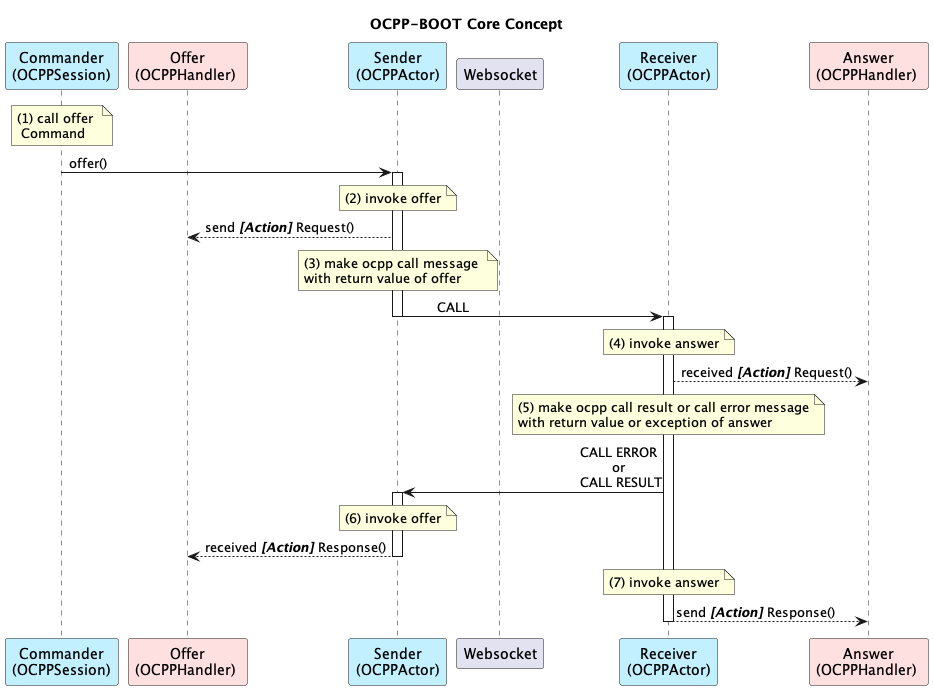
Before: lib/core.png, a diagram exported from PlantUML (u2ware/ocpp-boot-client).
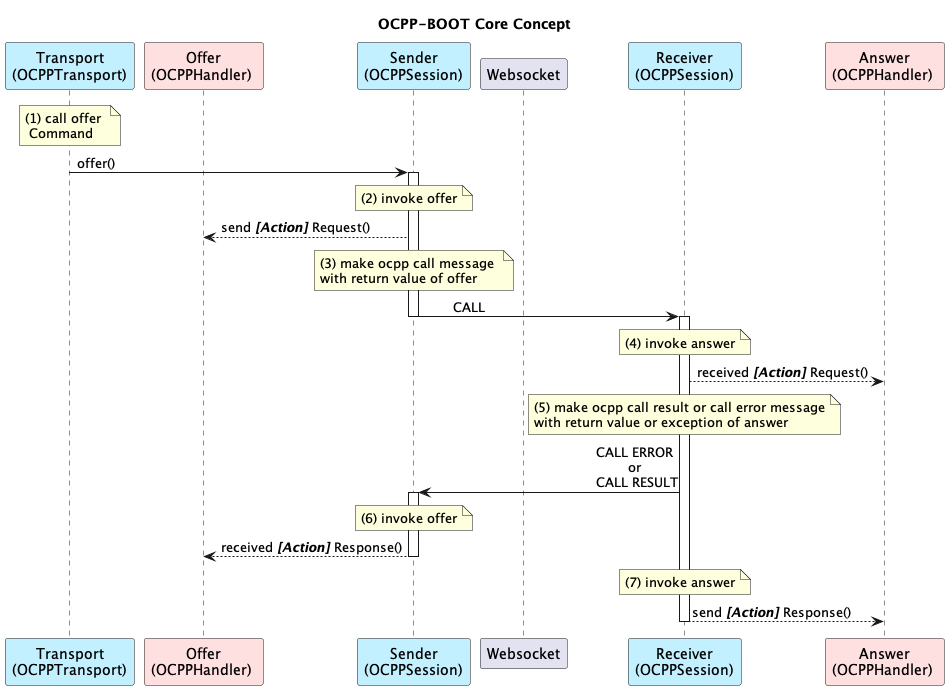
Above is the later version.

Change to the diagram source:
```diff
@@ -2,11 +2,11 @@
 
 title OCPP-BOOT Core Concept
 
-participant "Commander\n(OCPPSession)" as Sending #APPLICATION
+participant "Transport\n(OCPPTransport)" as Sending #APPLICATION
 participant "Offer\n(OCPPHandler) " as Offer #IMPLEMENTATION
-participant "Sender\n(OCPPActor)" as Sender #APPLICATION
+participant "Sender\n(OCPPSession)" as Sender #APPLICATION
 participant "Websocket" as Websocket
-participant "Receiver\n(OCPPActor)" as Receiver #APPLICATION
+participant "Receiver\n(OCPPSession)" as Receiver #APPLICATION
 participant "Answer\n(OCPPHandler) " as Answer #IMPLEMENTATION
 
 note over Sending : (1) call offer \n Command
```
